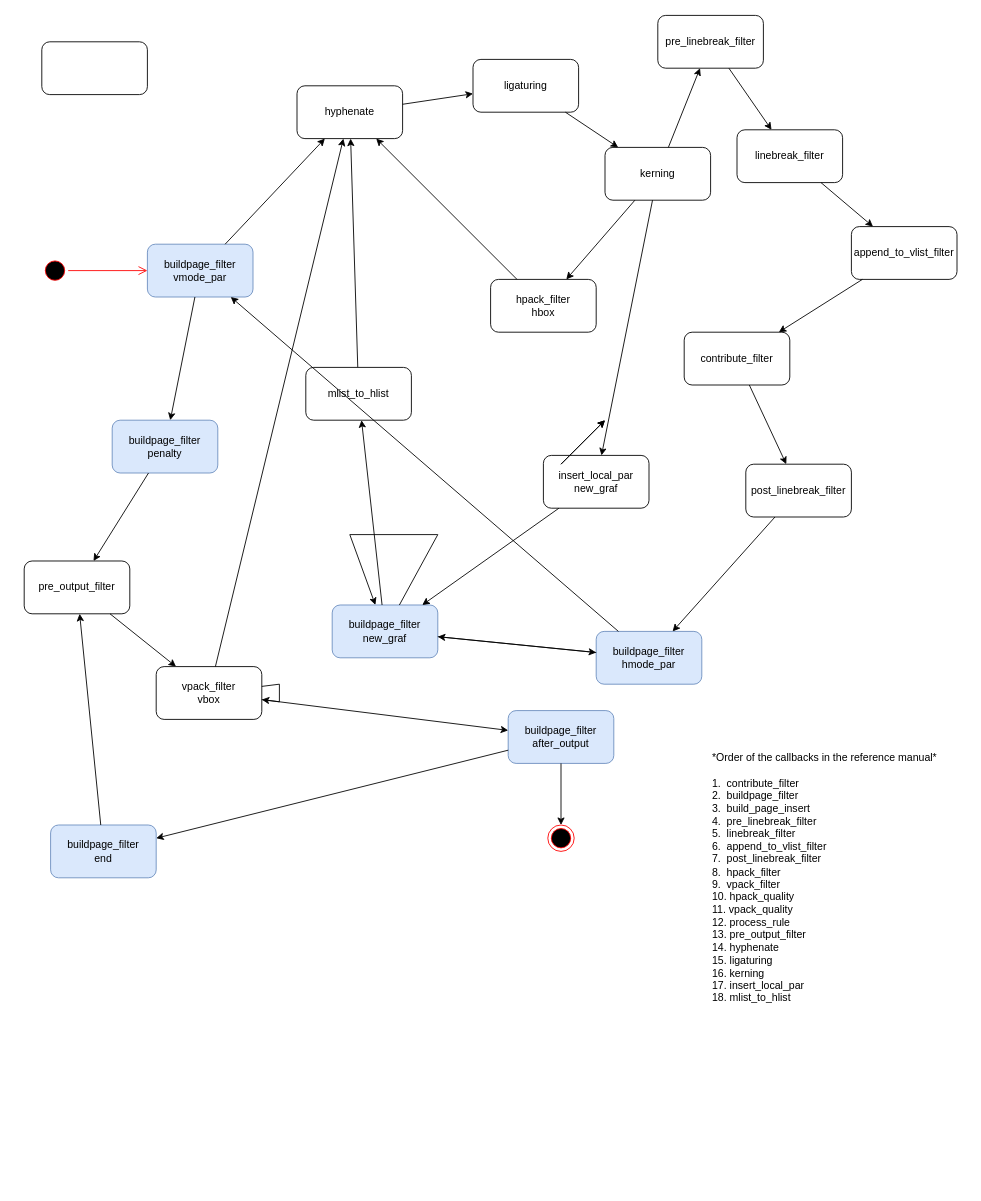
This is luatex-callbacks.drawio from Josef-Friedrich/drawio, a draw.io file, before an edit. Source tidied: cells renumbered, new cells numbered last; positions are measured from the earlier drawing's top-left corner, leaving out a move shared by most shapes. Both pictures are drawn from the tidied source at 88%, with x=0, y=0 at pixel (24, 15).
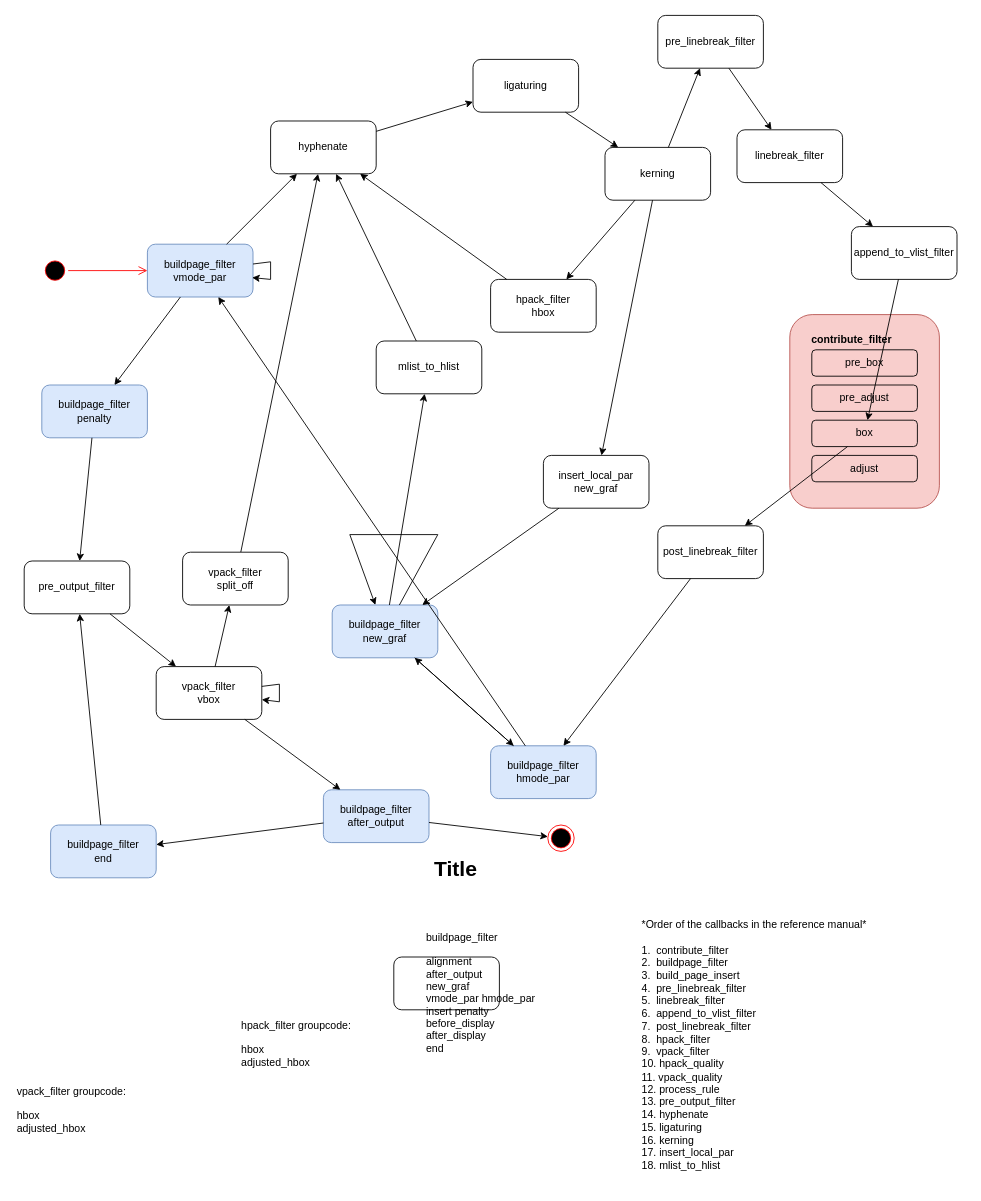
The same page after the edit.

The change refers to these unchanged cells:
```xml
<mxCell id="2" value="&lt;div&gt;buildpage_filter&lt;/div&gt;&lt;div&gt;vmode_par&lt;br&gt;&lt;/div&gt;" style="rounded=1;whiteSpace=wrap;html=1;fillColor=#dae8fc;strokeColor=#6c8ebf;" parent="1" vertex="1">
  <mxGeometry x="140" y="260" width="120" height="60" as="geometry" />
</mxCell>
<mxCell id="25" value="append_to_vlist_filter" style="rounded=1;whiteSpace=wrap;html=1;" parent="1" vertex="1">
  <mxGeometry x="940" y="240" width="120" height="60" as="geometry" />
</mxCell>
<mxCell id="41" value="&lt;div&gt;vpack_filter&lt;/div&gt;&lt;div&gt;vbox&lt;br&gt;&lt;/div&gt;" style="rounded=1;whiteSpace=wrap;html=1;" parent="1" vertex="1">
  <mxGeometry x="150" y="740" width="120" height="60" as="geometry" />
</mxCell>
```

Change to the diagram source:
```diff
@@
     <mxCell id="3" value="hyphenate" style="rounded=1;whiteSpace=wrap;html=1;" parent="1" vertex="1">
-      <mxGeometry x="310" y="80" width="120" height="60" as="geometry" />
+      <mxGeometry x="280" y="120" width="120" height="60" as="geometry" />
     </mxCell>
@@
     <mxCell id="8" value="&lt;div&gt;buildpage_filter&lt;/div&gt;&lt;div&gt;hmode_par&lt;br&gt;&lt;/div&gt;" style="rounded=1;whiteSpace=wrap;html=1;fillColor=#dae8fc;strokeColor=#6c8ebf;" parent="1" vertex="1">
-      <mxGeometry x="650" y="700" width="120" height="60" as="geometry" />
+      <mxGeometry x="530" y="830" width="120" height="60" as="geometry" />
     </mxCell>
@@
     <mxCell id="24" value="mlist_to_hlist" style="rounded=1;whiteSpace=wrap;html=1;" parent="1" vertex="1">
-      <mxGeometry x="320" y="400" width="120" height="60" as="geometry" />
+      <mxGeometry x="400" y="370" width="120" height="60" as="geometry" />
     </mxCell>
@@
     <mxCell id="26" value="&lt;div&gt;buildpage_filter&lt;/div&gt;&lt;div&gt;penalty&lt;br&gt;&lt;/div&gt;" style="rounded=1;whiteSpace=wrap;html=1;fillColor=#dae8fc;strokeColor=#6c8ebf;" parent="1" vertex="1">
-      <mxGeometry x="100" y="460" width="120" height="60" as="geometry" />
+      <mxGeometry x="20" y="420" width="120" height="60" as="geometry" />
     </mxCell>
@@
-    <mxCell id="30" style="endArrow=classic;html=1;rounded=0;sketch=0;strokeColor=default;" parent="1" edge="1" source="31" target="32">
-      <mxGeometry relative="1" as="geometry" />
-    </mxCell>
-    <mxCell id="31" value="contribute_filter" style="rounded=1;whiteSpace=wrap;html=1;" parent="1" vertex="1">
-      <mxGeometry x="750" y="360" width="120" height="60" as="geometry" />
-    </mxCell>
     <mxCell id="32" value="post_linebreak_filter" style="rounded=1;whiteSpace=wrap;html=1;" parent="1" vertex="1">
-      <mxGeometry x="820" y="510" width="120" height="60" as="geometry" />
+      <mxGeometry x="720" y="580" width="120" height="60" as="geometry" />
     </mxCell>
@@
-    <mxCell id="34" style="endArrow=classic;html=1;rounded=0;sketch=0;strokeColor=default;" parent="1" edge="1" source="25" target="31">
-      <mxGeometry relative="1" as="geometry" />
-    </mxCell>
@@
-    <mxCell id="42" style="endArrow=classic;html=1;rounded=0;sketch=0;strokeColor=default;" parent="1" edge="1" source="41" target="3">
+    <mxCell id="42" style="endArrow=classic;html=1;rounded=0;sketch=0;strokeColor=default;" parent="1" edge="1" source="44" target="3">
       <mxGeometry relative="1" as="geometry" />
     </mxCell>
@@
-    <mxCell id="44" style="rounded=1;whiteSpace=wrap;html=1;" parent="1" vertex="1">
-      <mxGeometry x="20" y="30" width="120" height="60" as="geometry" />
+    <mxCell id="44" value="&lt;div&gt;vpack_filter&lt;/div&gt;&lt;div&gt;split_off&lt;br&gt;&lt;/div&gt;" style="rounded=1;whiteSpace=wrap;html=1;" parent="1" vertex="1">
+      <mxGeometry x="180" y="610" width="120" height="60" as="geometry" />
     </mxCell>
     <mxCell id="45" value="&lt;div&gt;buildpage_filter&lt;/div&gt;&lt;div&gt;after_output&lt;br&gt;&lt;/div&gt;" style="rounded=1;whiteSpace=wrap;html=1;fillColor=#dae8fc;strokeColor=#6c8ebf;" parent="1" vertex="1">
-      <mxGeometry x="550" y="790" width="120" height="60" as="geometry" />
+      <mxGeometry x="340" y="880" width="120" height="60" as="geometry" />
     </mxCell>
@@
-    <mxCell id="51" style="endArrow=classic;html=1;rounded=0;sketch=0;strokeColor=default;" parent="1" edge="1">
-      <mxGeometry relative="1" as="geometry">
-        <mxPoint x="610" y="510" as="sourcePoint" />
-        <mxPoint x="660" y="460" as="targetPoint" />
-      </mxGeometry>
-    </mxCell>
@@
-    <mxCell id="53" style="endArrow=classic;html=1;rounded=0;sketch=0;strokeColor=default;" parent="1" edge="1">
-      <mxGeometry relative="1" as="geometry">
-        <mxPoint x="610" y="510" as="sourcePoint" />
-        <mxPoint x="660" y="460" as="targetPoint" />
-      </mxGeometry>
-    </mxCell>
@@
     <mxCell id="55" value="*Order of the callbacks in the reference manual*&#10;&#10;1.  contribute_filter&#10;2.  buildpage_filter&#10;3.  build_page_insert&#10;4.  pre_linebreak_filter&#10;5.  linebreak_filter&#10;6.  append_to_vlist_filter&#10;7.  post_linebreak_filter&#10;8.  hpack_filter&#10;9.  vpack_filter&#10;10. hpack_quality&#10;11. vpack_quality&#10;12. process_rule&#10;13. pre_output_filter&#10;14. hyphenate&#10;15. ligaturing&#10;16. kerning&#10;17. insert_local_par&#10;18. mlist_to_hlist" style="text;whiteSpace=wrap;html=1;" parent="1" vertex="1">
-      <mxGeometry x="780" y="830" width="290" height="310" as="geometry" />
+      <mxGeometry x="700" y="1020" width="290" height="310" as="geometry" />
     </mxCell>
+    <mxCell id="56" value="buildpage_filter&#10;&#10;alignment&#10;after_output &#10;new_graf &#10;vmode_par hmode_par &#10;insert penalty &#10;before_display &#10;after_display &#10;end" style="align=left;fontColor=default;fontStyle=0;strokeColor=none;fillColor=none;" parent="1" vertex="1">
+      <mxGeometry x="455" y="1030" width="140" height="160" as="geometry" />
+    </mxCell>
+    <mxCell id="57" style="endArrow=classic;html=1;rounded=0;sketch=0;strokeColor=default;fontColor=default;entryX=0.992;entryY=0.633;entryDx=0;entryDy=0;entryPerimeter=0;" parent="1" edge="1" source="2" target="2">
+      <mxGeometry relative="1" as="geometry" />
+    </mxCell>
+    <mxCell id="58" style="endArrow=classic;html=1;rounded=0;sketch=0;strokeColor=default;fontColor=default;" parent="1" edge="1" source="41" target="44">
+      <mxGeometry relative="1" as="geometry" />
+    </mxCell>
+    <mxCell id="59" value="hpack_filter groupcode:&#10;&#10;hbox&#10;adjusted_hbox&#10;" style="align=left;fontColor=default;fontStyle=0;strokeColor=none;fillColor=none;" parent="1" vertex="1">
+      <mxGeometry x="245" y="1095" width="140" height="160" as="geometry" />
+    </mxCell>
+    <mxCell id="60" value="vpack_filter groupcode:&#10;&#10;hbox&#10;adjusted_hbox&#10;" style="align=left;fontColor=default;fontStyle=0;strokeColor=none;fillColor=none;" parent="1" vertex="1">
+      <mxGeometry x="-10" y="1170" width="140" height="160" as="geometry" />
+    </mxCell>
+    <mxCell id="61" style="rounded=1;whiteSpace=wrap;html=1;fontColor=default;fillColor=none;" parent="1" vertex="1">
+      <mxGeometry x="420" y="1070" width="120" height="60" as="geometry" />
+    </mxCell>
+    <mxCell id="62" style="group;" parent="1" vertex="1">
+      <mxGeometry x="870" y="340" width="170" height="220" as="geometry" />
+    </mxCell>
+    <mxCell id="63" style="rounded=1;whiteSpace=wrap;html=1;fillColor=#f8cecc;strokeColor=#b85450;" parent="62" vertex="1">
+      <mxGeometry width="170" height="220" as="geometry" />
+    </mxCell>
+    <mxCell id="64" value="pre_box" style="rounded=1;whiteSpace=wrap;html=1;fontColor=default;fillColor=none;" parent="62" vertex="1">
+      <mxGeometry x="25" y="40" width="120" height="30" as="geometry" />
+    </mxCell>
+    <mxCell id="65" value="pre_adjust" style="rounded=1;whiteSpace=wrap;html=1;fontColor=default;fillColor=none;" parent="62" vertex="1">
+      <mxGeometry x="25" y="80" width="120" height="30" as="geometry" />
+    </mxCell>
+    <mxCell id="66" value="box" style="rounded=1;whiteSpace=wrap;html=1;fontColor=default;fillColor=none;" parent="62" vertex="1">
+      <mxGeometry x="25" y="120" width="120" height="30" as="geometry" />
+    </mxCell>
+    <mxCell id="67" value="adjust" style="rounded=1;whiteSpace=wrap;html=1;fontColor=default;fillColor=none;" parent="62" vertex="1">
+      <mxGeometry x="25" y="160" width="120" height="30" as="geometry" />
+    </mxCell>
+    <mxCell id="31" value="&lt;font style=&quot;font-size: 12px;&quot;&gt;contribute_filter&lt;/font&gt;" style="text;strokeColor=none;fillColor=none;html=1;fontSize=24;fontStyle=1;verticalAlign=middle;align=center;fontColor=default;" parent="62" vertex="1">
+      <mxGeometry x="20" y="5" width="100" height="40" as="geometry" />
+    </mxCell>
+    <mxCell id="68" value="Title" style="text;strokeColor=none;fillColor=none;html=1;fontSize=24;fontStyle=1;verticalAlign=middle;align=center;fontColor=default;" parent="1" vertex="1">
+      <mxGeometry x="440" y="950" width="100" height="40" as="geometry" />
+    </mxCell>
+    <mxCell id="34" style="endArrow=classic;html=1;rounded=0;sketch=0;strokeColor=default;" parent="1" edge="1" source="25" target="66">
+      <mxGeometry relative="1" as="geometry" />
+    </mxCell>
+    <mxCell id="30" style="endArrow=classic;html=1;rounded=0;sketch=0;strokeColor=default;" parent="1" edge="1" source="66" target="32">
+      <mxGeometry relative="1" as="geometry" />
+    </mxCell>
```
